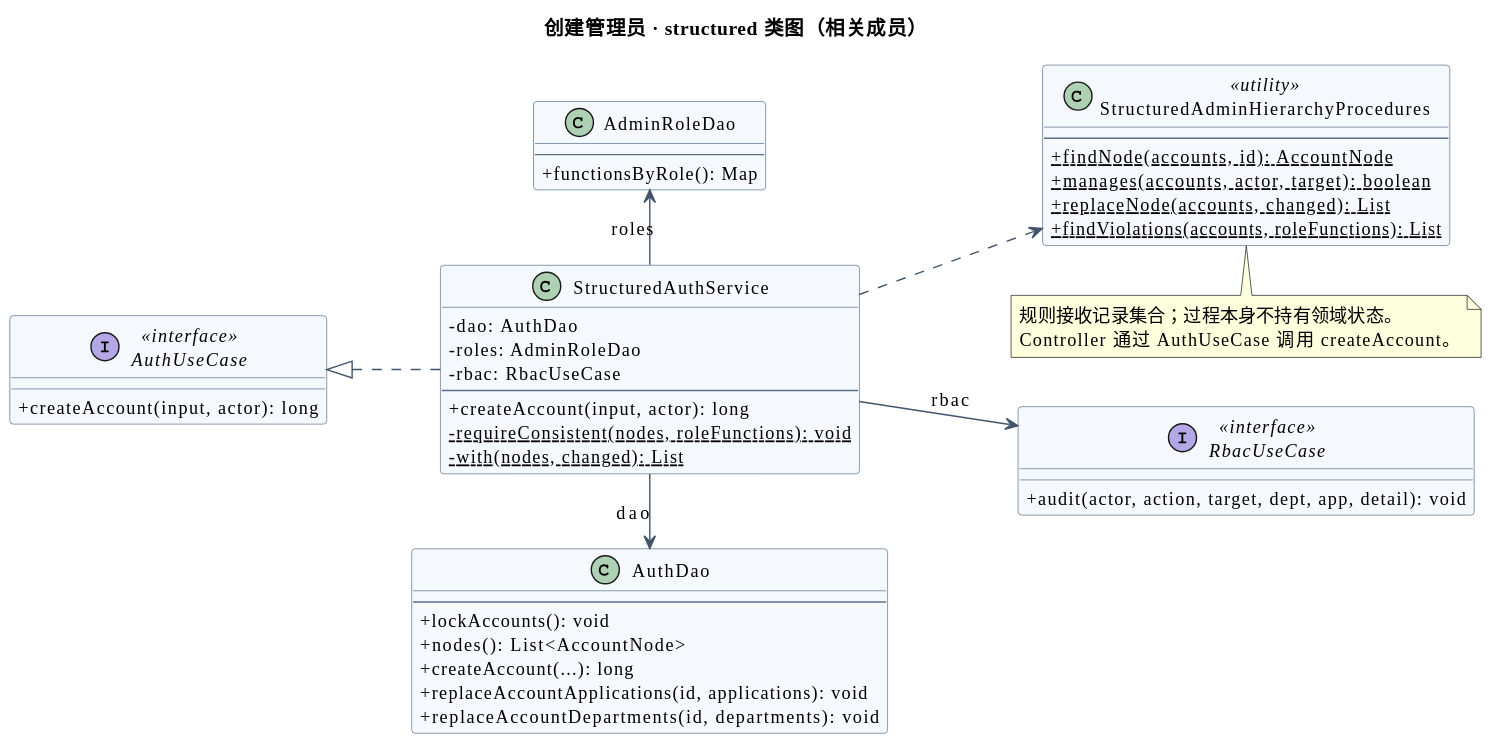
JiuQi79-BOT/MelonHub keeps this PlantUML diagram as doc/uml/admin-account-class.svg. Above is the earlier version. The source it was exported from:
```plantuml
@startuml
skinparam shadowing false
skinparam defaultFontName Microsoft YaHei
skinparam defaultFontSize 13
skinparam classAttributeIconSize 0
skinparam backgroundColor white
skinparam ArrowColor #41546B
skinparam classBackgroundColor #F5F8FC
skinparam classBorderColor #59708C
skinparam sequenceParticipantBackgroundColor #EEF3F9
skinparam sequenceParticipantBorderColor #59708C
skinparam sequenceGroupBackgroundColor transparent
skinparam sequenceMessageAlign left
title 创建管理员 · structured 类图（相关成员）
left to right direction
interface "AuthUseCase" as U <<interface>> {
 + createAccount(input, actor): long
}
class "StructuredAuthService" as S {
 - dao: AuthDao
 - roles: AdminRoleDao
 - rbac: RbacUseCase
 --
 + createAccount(input, actor): long
 - {static} requireConsistent(nodes, roleFunctions): void
 - {static} with(nodes, changed): List
}
class "AuthDao" as Dao {
 --
 + lockAccounts(): void
 + nodes(): List<AccountNode>
 + createAccount(...): long
 + replaceAccountApplications(id, applications): void
 + replaceAccountDepartments(id, departments): void
}
class "AdminRoleDao" as Roles {
 --
 + functionsByRole(): Map
}
class "StructuredAdminHierarchyProcedures" as Rules <<utility>> {
 --
 + {static} findNode(accounts, id): AccountNode
 + {static} manages(accounts, actor, target): boolean
 + {static} replaceNode(accounts, changed): List
 + {static} findViolations(accounts, roleFunctions): List
}
interface "RbacUseCase" as Audit <<interface>> {
 + audit(actor, action, target, dept, app, detail): void
}
S .up.|> U
S -right-> Dao : dao
S -left-> Roles : roles
S .down.> Rules
S -down-> Audit : rbac
note bottom of Rules
规则接收记录集合；过程本身不持有领域状态。
Controller 通过 AuthUseCase 调用 createAccount。
end note
@enduml
```
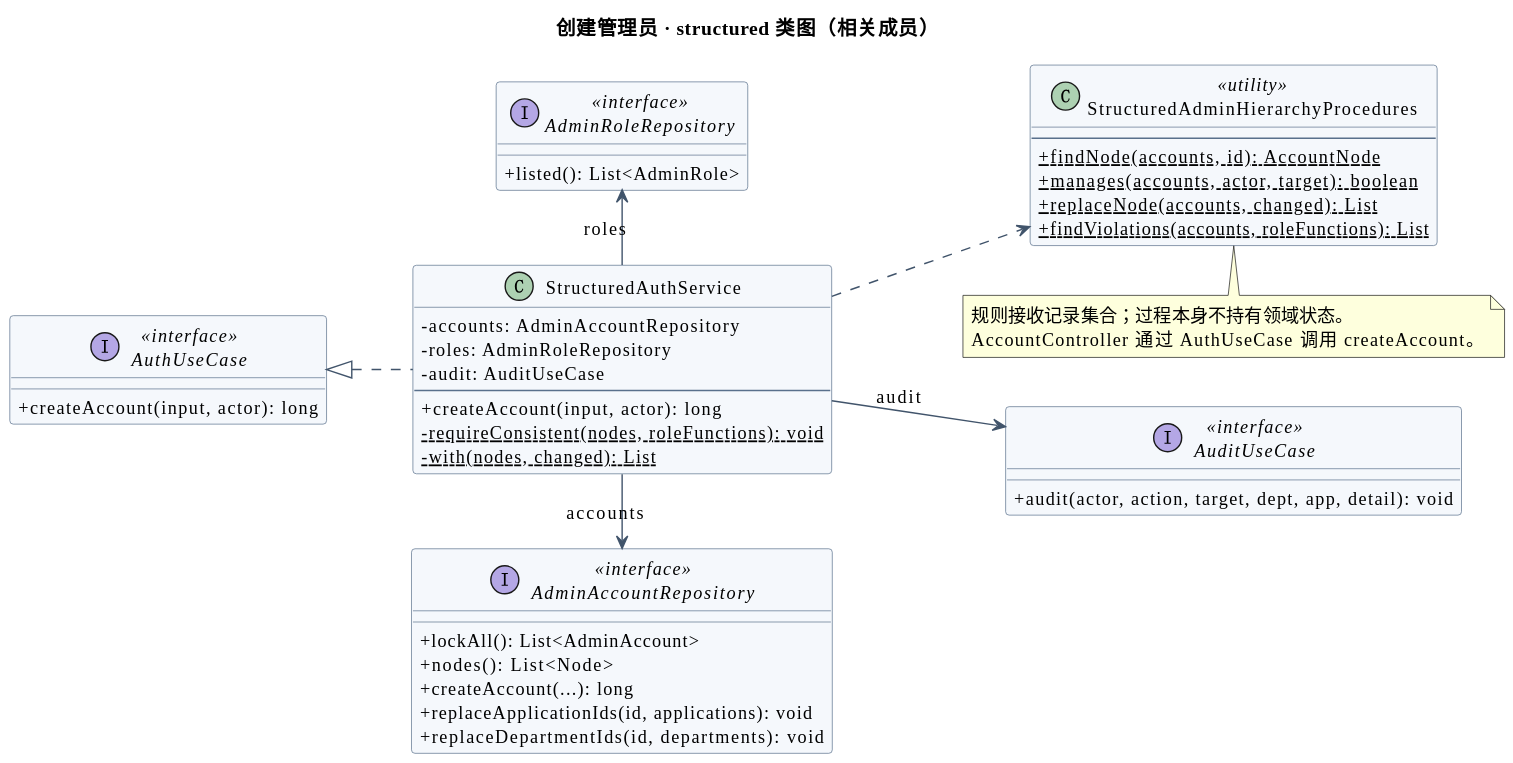
After the commit.

Diff of the diagram source:
```diff
@@ -17,25 +17,23 @@
  + createAccount(input, actor): long
 }
 class "StructuredAuthService" as S {
- - dao: AuthDao
- - roles: AdminRoleDao
- - rbac: RbacUseCase
+ - accounts: AdminAccountRepository
+ - roles: AdminRoleRepository
+ - audit: AuditUseCase
  --
  + createAccount(input, actor): long
  - {static} requireConsistent(nodes, roleFunctions): void
  - {static} with(nodes, changed): List
 }
-class "AuthDao" as Dao {
- --
- + lockAccounts(): void
- + nodes(): List<AccountNode>
+interface "AdminAccountRepository" as Repo <<interface>> {
+ + lockAll(): List<AdminAccount>
+ + nodes(): List<Node>
  + createAccount(...): long
- + replaceAccountApplications(id, applications): void
- + replaceAccountDepartments(id, departments): void
+ + replaceApplicationIds(id, applications): void
+ + replaceDepartmentIds(id, departments): void
 }
-class "AdminRoleDao" as Roles {
- --
- + functionsByRole(): Map
+interface "AdminRoleRepository" as Roles <<interface>> {
+ + listed(): List<AdminRole>
 }
 class "StructuredAdminHierarchyProcedures" as Rules <<utility>> {
  --
@@ -44,16 +42,16 @@
  + {static} replaceNode(accounts, changed): List
  + {static} findViolations(accounts, roleFunctions): List
 }
-interface "RbacUseCase" as Audit <<interface>> {
+interface "AuditUseCase" as Audit <<interface>> {
  + audit(actor, action, target, dept, app, detail): void
 }
 S .up.|> U
-S -right-> Dao : dao
+S -right-> Repo : accounts
 S -left-> Roles : roles
 S .down.> Rules
-S -down-> Audit : rbac
+S -down-> Audit : audit
 note bottom of Rules
 规则接收记录集合；过程本身不持有领域状态。
-Controller 通过 AuthUseCase 调用 createAccount。
+AccountController 通过 AuthUseCase 调用 createAccount。
 end note
 @enduml
```
